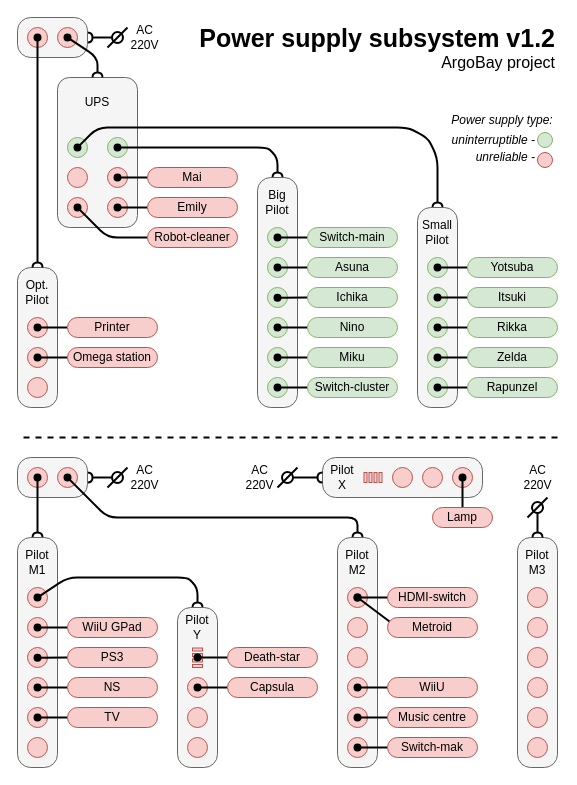
The draw.io diagram page "PSU" (2 of 11) of docs/schemes/Argobay-main.drawio in SnipGhost/argobay-ansible, before the edit. Source tidied: cells renumbered, new cells numbered last; positions are measured from the earlier drawing's top-left corner, leaving out a move shared by most shapes. Both pictures are drawn from the tidied source at 100%, with x=0, y=0 at pixel (17, 17).
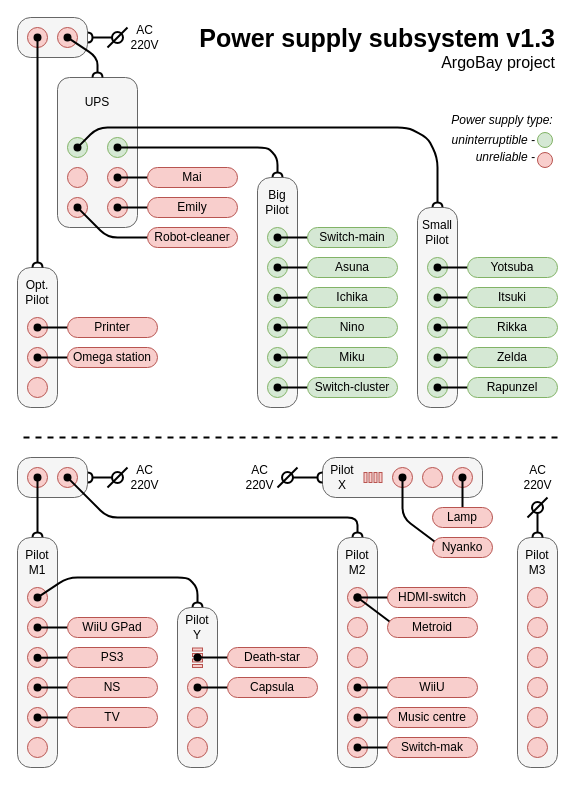
The same page after the edit.

Commit message (it also covers changes not shown here):
Add Nyanko to PSU scheme

Unchanged cells that the change refers to:
```xml
<mxCell id="134" style="group;rotation=-90;" parent="1" vertex="1">
  <mxGeometry x="365" y="380" width="40" height="160" as="geometry" />
</mxCell>
```

Change to the diagram source:
```diff
@@
-    <mxCell id="71" value="&lt;span style=&quot;text-align: center ; font-size: 25px&quot;&gt;&lt;b&gt;Power supply subsystem v1.2&lt;/b&gt;&lt;/span&gt;&lt;br style=&quot;text-align: center&quot;&gt;&lt;div&gt;&lt;font style=&quot;font-size: 16px&quot;&gt;ArgoBay project&lt;/font&gt;&lt;/div&gt;" style="text;html=1;strokeColor=none;fillColor=none;align=right;verticalAlign=middle;whiteSpace=wrap;rounded=0;dashed=1;" parent="1" vertex="1">
+    <mxCell id="71" value="&lt;span style=&quot;text-align: center ; font-size: 25px&quot;&gt;&lt;b&gt;Power supply subsystem v1.3&lt;/b&gt;&lt;/span&gt;&lt;br style=&quot;text-align: center&quot;&gt;&lt;div&gt;&lt;font style=&quot;font-size: 16px&quot;&gt;ArgoBay project&lt;/font&gt;&lt;/div&gt;" style="text;html=1;strokeColor=none;fillColor=none;align=right;verticalAlign=middle;whiteSpace=wrap;rounded=0;dashed=1;" parent="1" vertex="1">
       <mxGeometry x="180" width="360" height="60" as="geometry" />
     </mxCell>
@@
-    <mxCell id="137" style="ellipse;whiteSpace=wrap;html=1;fillColor=#f8cecc;strokeColor=#b85450;rotation=-90;" parent="134" vertex="1">
-      <mxGeometry x="10" y="70" width="20" height="20" as="geometry" />
-    </mxCell>
@@
+    <mxCell id="137" style="ellipse;whiteSpace=wrap;html=1;fillColor=#f8cecc;strokeColor=#b85450;rotation=-90;" parent="1" vertex="1">
+      <mxGeometry x="375" y="450" width="20" height="20" as="geometry" />
+    </mxCell>
+    <mxCell id="161" style="edgeStyle=none;rounded=1;jettySize=auto;html=1;startArrow=none;startFill=0;endArrow=oval;endFill=1;startSize=2;endSize=6;strokeWidth=2;entryX=0.5;entryY=0.5;entryDx=0;entryDy=0;entryPerimeter=0;exitX=0.167;exitY=0.5;exitDx=0;exitDy=0;exitPerimeter=0;" parent="1" edge="1" source="162" target="137">
+      <mxGeometry relative="1" as="geometry">
+        <Array as="points">
+          <mxPoint x="385" y="500" />
+        </Array>
+      </mxGeometry>
+    </mxCell>
+    <mxCell id="162" value="Nyanko" style="rounded=1;whiteSpace=wrap;html=1;arcSize=50;fillColor=#f8cecc;strokeColor=#b85450;" parent="1" vertex="1">
+      <mxGeometry x="415" y="520" width="60" height="20" as="geometry" />
+    </mxCell>
```
